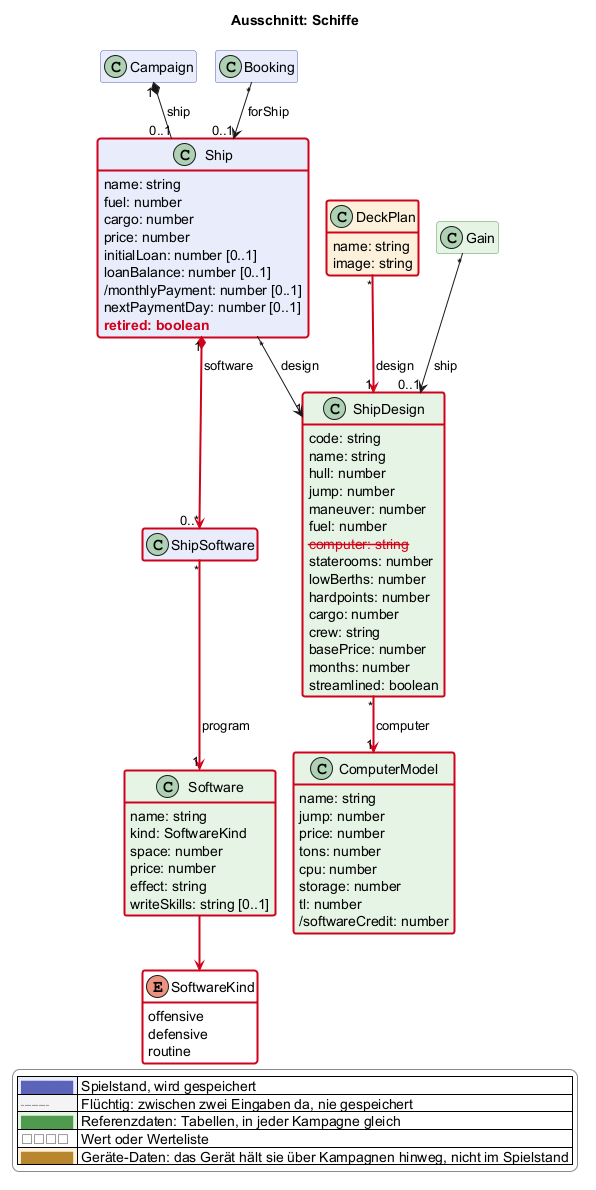
Earlier version of the PlantUML export docs/views/schiffe.png (scuzzar/SRE).
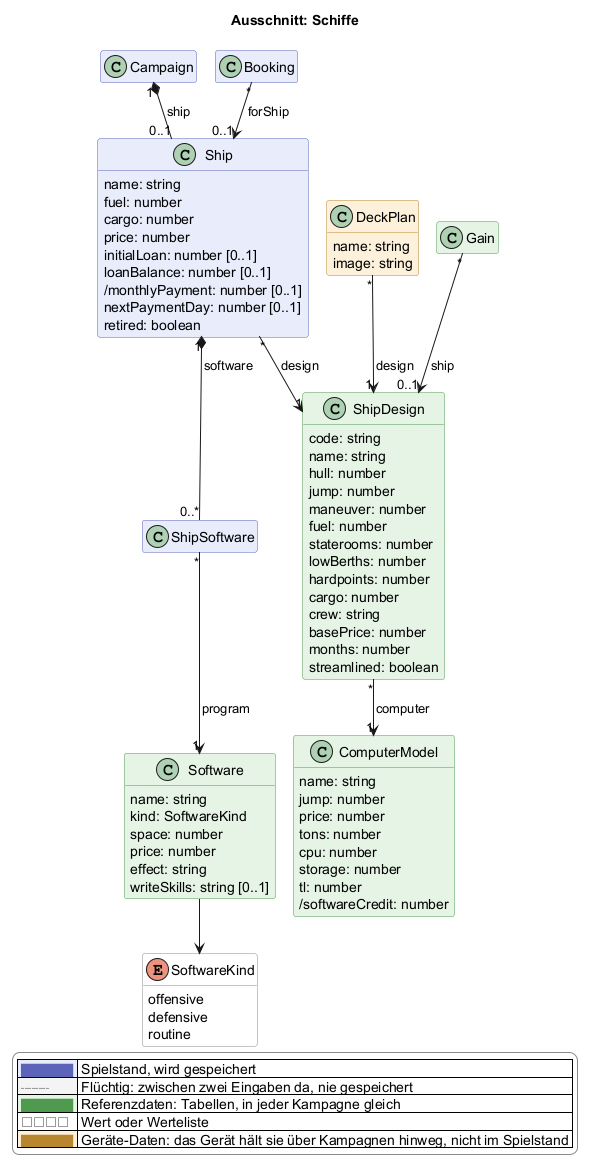
The same diagram one commit later.

Commit message:
Aenderung 2026-11-16b freigegeben: retired, Software, Rechner, Bordsoftware, Deckplaene

The edit, as a diff of the source:
```diff
@@ -81,9 +81,9 @@
     loanBalance: number [0..1]
     /monthlyPayment: number [0..1]
     nextPaymentDay: number [0..1]
-    $new("2026-11-16b", "retired: boolean")
+    retired: boolean
   }
-  class ShipSoftware $schiffe $newClass("2026-11-16b") {
+  class ShipSoftware $schiffe {
   }
   class ShipDesign <<reference>> $schiffe {
     code: string
@@ -92,7 +92,6 @@
     jump: number
     maneuver: number
     fuel: number
-    $gone("2026-11-16b", "computer: string")
     staterooms: number
     lowBerths: number
     hardpoints: number
@@ -102,7 +101,7 @@
     months: number
     streamlined: boolean
   }
-  class ComputerModel <<reference>> $schiffe $newClass("2026-11-16b") {
+  class ComputerModel <<reference>> $schiffe {
     name: string
     jump: number
     price: number
@@ -112,7 +111,7 @@
     tl: number
     /softwareCredit: number
   }
-  class Software <<reference>> $schiffe $newClass("2026-11-16b") {
+  class Software <<reference>> $schiffe {
     name: string
     kind: SoftwareKind
     space: number
@@ -120,12 +119,12 @@
     effect: string
     writeSkills: string [0..1]
   }
-  enum SoftwareKind <<value>> $schiffe $newClass("2026-11-16b") {
+  enum SoftwareKind <<value>> $schiffe {
     offensive
     defensive
     routine
   }
-  class DeckPlan <<browser>> $schiffe $newClass("2026-11-16b") {
+  class DeckPlan <<browser>> $schiffe {
     name: string
     image: string
   }
@@ -140,13 +139,13 @@
 
 Campaign "1" *-- "0..1" Ship : ship
 Ship "*" --> "1" ShipDesign : design
-Ship "1" *-$newArrow("2026-11-16b")-> "0..*" ShipSoftware : software
-ShipSoftware "*" -$newArrow("2026-11-16b")-> "1" Software : program
-Software -$newArrow("2026-11-16b")-> SoftwareKind
-ShipDesign "*" -$newArrow("2026-11-16b")-> "1" ComputerModel : computer
+Ship "1" *-- "0..*" ShipSoftware : software
+ShipSoftware "*" --> "1" Software : program
+Software --> SoftwareKind
+ShipDesign "*" --> "1" ComputerModel : computer
 Booking "*" --> "0..1" Ship : forShip
 Gain "*" --> "0..1" ShipDesign : ship
-DeckPlan "*" -$newArrow("2026-11-16b")-> "1" ShipDesign : design
+DeckPlan "*" --> "1" ShipDesign : design
 
 
 
@@ -167,6 +166,4 @@
   |<#ffffff> <color:#8a8a8a>□□□□</color> | Wert oder Werteliste |
   |<#fdf1dc> <color:#b8862e>████</color> | Geräte-Daten: das Gerät hält sie über Kampagnen hinweg, nicht im Spielstand |
 endlegend
-class Ship #line:d0021b;line.bold
-class ShipDesign #line:d0021b;line.bold
 @enduml
```
